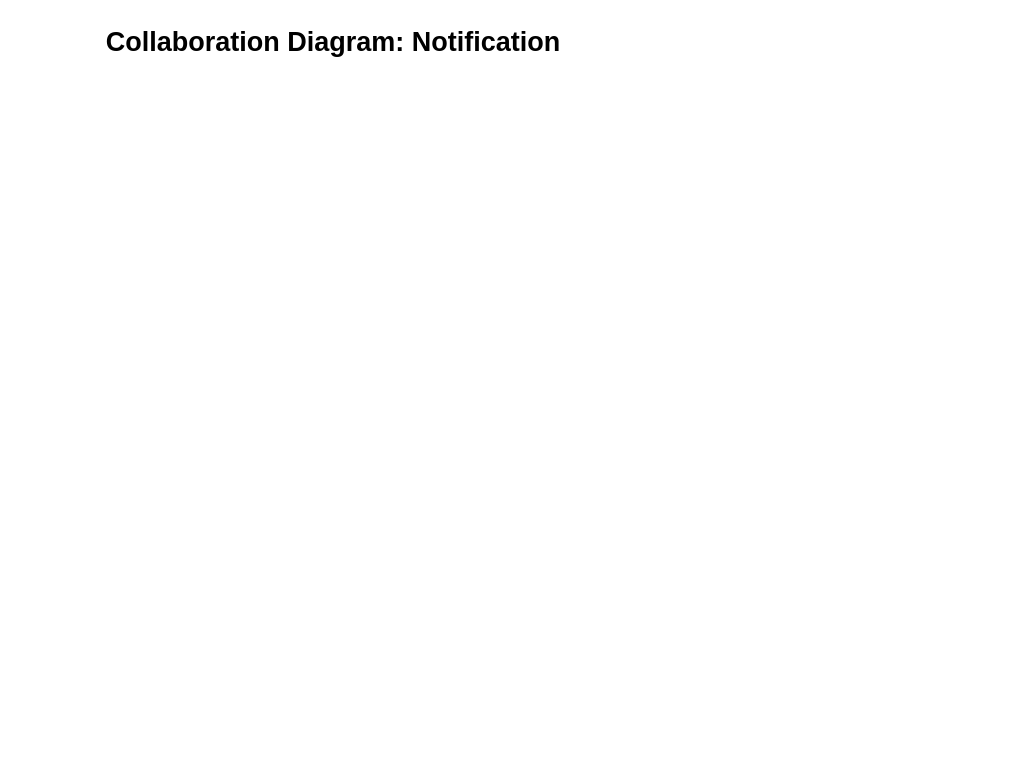
Earlier version of the draw.io diagram page "Notification" (10 of 10) of Collaboration Diagram.drawio (astrrr/Right-posture). Source tidied: cells renumbered, new cells numbered last; positions are measured from the earlier drawing's top-left corner, leaving out a move shared by most shapes. Both pictures are drawn from the tidied source at 150%, with x=0, y=0 at pixel (26, 27).
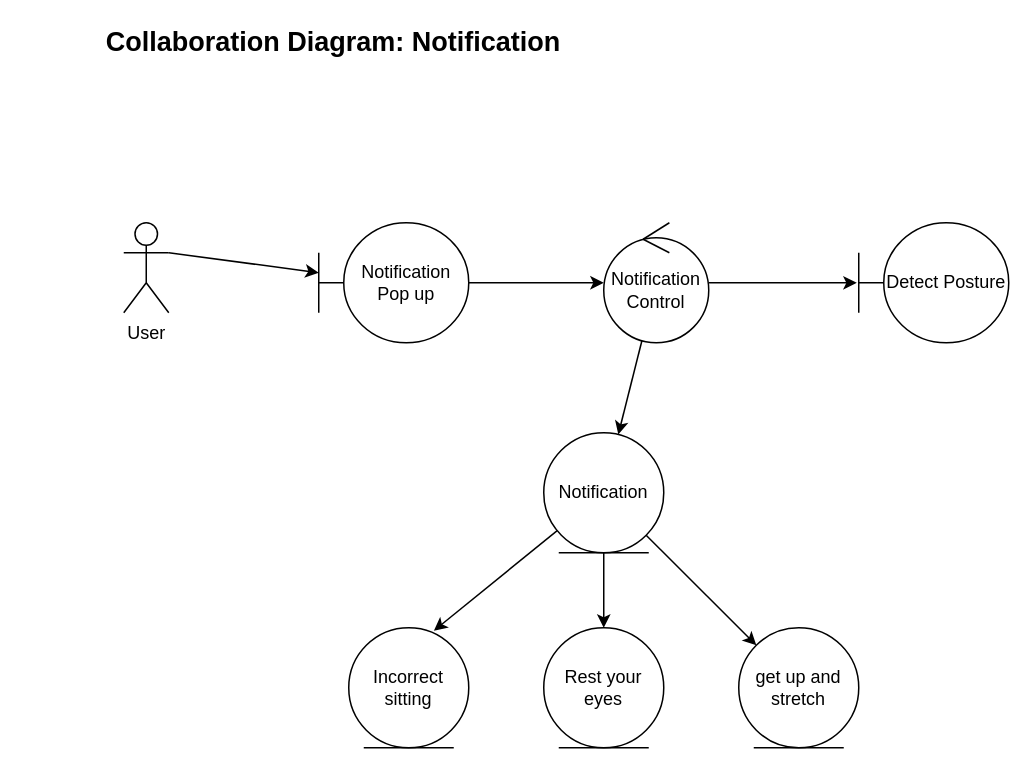
After the change.

Change to the diagram source:
```diff
@@
 <mxGraphModel>
   <root>
     <mxCell id="0" />
     <mxCell id="1" parent="0" />
     <mxCell id="2" value="&lt;b&gt;&lt;font style=&quot;font-size: 18px&quot;&gt;Collaboration Diagram: Notification&lt;br&gt;&lt;/font&gt;&lt;/b&gt;" style="text;html=1;strokeColor=none;fillColor=none;align=center;verticalAlign=middle;whiteSpace=wrap;rounded=0;" parent="1" vertex="1">
       <mxGeometry width="410" height="20" as="geometry" />
     </mxCell>
+    <mxCell id="3" style="edgeStyle=none;rounded=0;jettySize=auto;html=1;exitX=1;exitY=0.3333333333333333;exitDx=0;exitDy=0;exitPerimeter=0;" parent="1" edge="1" source="4" target="6">
+      <mxGeometry relative="1" as="geometry" />
+    </mxCell>
+    <mxCell id="4" value="User" style="shape=umlActor;verticalLabelPosition=bottom;verticalAlign=top;html=1;" parent="1" vertex="1">
+      <mxGeometry x="65" y="130" width="30" height="60" as="geometry" />
+    </mxCell>
+    <mxCell id="5" style="edgeStyle=orthogonalEdgeStyle;rounded=0;jettySize=auto;html=1;" parent="1" edge="1" source="6" target="9">
+      <mxGeometry relative="1" as="geometry" />
+    </mxCell>
+    <mxCell id="6" value="Notification Pop up" style="shape=umlBoundary;whiteSpace=wrap;html=1;" parent="1" vertex="1">
+      <mxGeometry x="195" y="130" width="100" height="80" as="geometry" />
+    </mxCell>
+    <mxCell id="7" style="rounded=0;jettySize=auto;html=1;" parent="1" edge="1" source="9" target="13">
+      <mxGeometry relative="1" as="geometry" />
+    </mxCell>
+    <mxCell id="8" style="edgeStyle=orthogonalEdgeStyle;rounded=0;jettySize=auto;html=1;entryX=-0.013;entryY=0.501;entryDx=0;entryDy=0;entryPerimeter=0;" parent="1" edge="1" source="9" target="14">
+      <mxGeometry relative="1" as="geometry" />
+    </mxCell>
+    <mxCell id="9" value="Notification&lt;br&gt;Control" style="ellipse;shape=umlControl;whiteSpace=wrap;html=1;" parent="1" vertex="1">
+      <mxGeometry x="385" y="130" width="70" height="80" as="geometry" />
+    </mxCell>
+    <mxCell id="10" style="edgeStyle=none;rounded=0;jettySize=auto;html=1;entryX=0.709;entryY=0.025;entryDx=0;entryDy=0;entryPerimeter=0;" parent="1" edge="1" source="13" target="15">
+      <mxGeometry relative="1" as="geometry" />
+    </mxCell>
+    <mxCell id="11" style="edgeStyle=none;rounded=0;jettySize=auto;html=1;entryX=0.5;entryY=0;entryDx=0;entryDy=0;" parent="1" edge="1" source="13" target="16">
+      <mxGeometry relative="1" as="geometry" />
+    </mxCell>
+    <mxCell id="12" style="edgeStyle=none;rounded=0;jettySize=auto;html=1;" parent="1" edge="1" source="13" target="17">
+      <mxGeometry relative="1" as="geometry" />
+    </mxCell>
+    <mxCell id="13" value="Notification" style="ellipse;shape=umlEntity;whiteSpace=wrap;html=1;" parent="1" vertex="1">
+      <mxGeometry x="345" y="270" width="80" height="80" as="geometry" />
+    </mxCell>
+    <mxCell id="14" value="Detect Posture" style="shape=umlBoundary;whiteSpace=wrap;html=1;" parent="1" vertex="1">
+      <mxGeometry x="555" y="130" width="100" height="80" as="geometry" />
+    </mxCell>
+    <mxCell id="15" value="Incorrect sitting" style="ellipse;shape=umlEntity;whiteSpace=wrap;html=1;" parent="1" vertex="1">
+      <mxGeometry x="215" y="400" width="80" height="80" as="geometry" />
+    </mxCell>
+    <mxCell id="16" value="Rest your eyes" style="ellipse;shape=umlEntity;whiteSpace=wrap;html=1;" parent="1" vertex="1">
+      <mxGeometry x="345" y="400" width="80" height="80" as="geometry" />
+    </mxCell>
+    <mxCell id="17" value="get up and stretch" style="ellipse;shape=umlEntity;whiteSpace=wrap;html=1;" parent="1" vertex="1">
+      <mxGeometry x="475" y="400" width="80" height="80" as="geometry" />
+    </mxCell>
   </root>
 </mxGraphModel>
```
